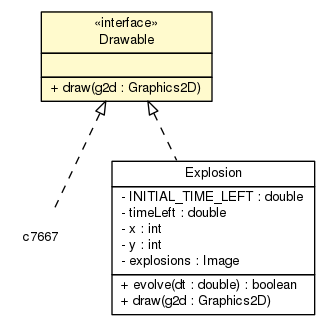
Earlier version of the Graphviz export doc/main/Drawable.png (sinopeus/asteroids). Its source is kept beside it as doc/main/Drawable.dot. The source it was exported from:
```dot

digraph G {
	edge [fontname="Helvetica",fontsize=10,labelfontname="Helvetica",labelfontsize=10];
	node [fontname="Helvetica",fontsize=10,shape=plaintext];
	nodesep=0.25;
	ranksep=0.5;
	c7668 [label=<<table title="main.Explosion" border="0" cellborder="1" cellspacing="0" cellpadding="2" port="p" href="./Explosion.html">
		<tr><td><table border="0" cellspacing="0" cellpadding="1">
<tr><td align="center" balign="center"> Explosion </td></tr>
		</table></td></tr>
		<tr><td><table border="0" cellspacing="0" cellpadding="1">
<tr><td align="left" balign="left"> - INITIAL_TIME_LEFT : double </td></tr>
<tr><td align="left" balign="left"> - timeLeft : double </td></tr>
<tr><td align="left" balign="left"> - x : int </td></tr>
<tr><td align="left" balign="left"> - y : int </td></tr>
<tr><td align="left" balign="left"> - explosions : Image </td></tr>
		</table></td></tr>
		<tr><td><table border="0" cellspacing="0" cellpadding="1">
<tr><td align="left" balign="left"> + evolve(dt : double) : boolean </td></tr>
<tr><td align="left" balign="left"> + draw(g2d : Graphics2D) </td></tr>
		</table></td></tr>
		</table>>, URL="./Explosion.html", fontname="Helvetica", fontcolor="black", fontsize=10.0];
	c7670 [label=<<table title="main.Drawable" border="0" cellborder="1" cellspacing="0" cellpadding="2" port="p" bgcolor="lemonChiffon" href="./Drawable.html">
		<tr><td><table border="0" cellspacing="0" cellpadding="1">
<tr><td align="center" balign="center"> &#171;interface&#187; </td></tr>
<tr><td align="center" balign="center"> Drawable </td></tr>
		</table></td></tr>
		<tr><td><table border="0" cellspacing="0" cellpadding="1">
<tr><td align="left" balign="left">  </td></tr>
		</table></td></tr>
		<tr><td><table border="0" cellspacing="0" cellpadding="1">
<tr><td align="left" balign="left"> + draw(g2d : Graphics2D) </td></tr>
		</table></td></tr>
		</table>>, URL="./Drawable.html", fontname="Helvetica", fontcolor="black", fontsize=10.0];
	c7670:p -> c7667:p [dir=back,arrowtail=empty,style=dashed];
	c7670:p -> c7668:p [dir=back,arrowtail=empty,style=dashed];
}
```
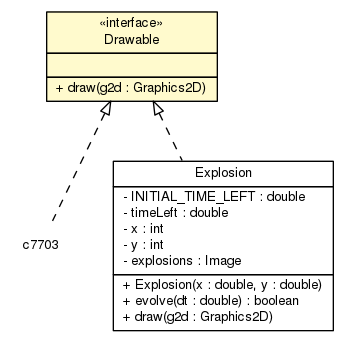
After the commit.

Diff of the diagram source:
```diff
@@ -4,7 +4,7 @@
 	node [fontname="Helvetica",fontsize=10,shape=plaintext];
 	nodesep=0.25;
 	ranksep=0.5;
-	c7668 [label=<<table title="main.Explosion" border="0" cellborder="1" cellspacing="0" cellpadding="2" port="p" href="./Explosion.html">
+	c7704 [label=<<table title="main.Explosion" border="0" cellborder="1" cellspacing="0" cellpadding="2" port="p" href="./Explosion.html">
 		<tr><td><table border="0" cellspacing="0" cellpadding="1">
 <tr><td align="center" balign="center"> Explosion </td></tr>
 		</table></td></tr>
@@ -16,11 +16,12 @@
 <tr><td align="left" balign="left"> - explosions : Image </td></tr>
 		</table></td></tr>
 		<tr><td><table border="0" cellspacing="0" cellpadding="1">
+<tr><td align="left" balign="left"> + Explosion(x : double, y : double) </td></tr>
 <tr><td align="left" balign="left"> + evolve(dt : double) : boolean </td></tr>
 <tr><td align="left" balign="left"> + draw(g2d : Graphics2D) </td></tr>
 		</table></td></tr>
 		</table>>, URL="./Explosion.html", fontname="Helvetica", fontcolor="black", fontsize=10.0];
-	c7670 [label=<<table title="main.Drawable" border="0" cellborder="1" cellspacing="0" cellpadding="2" port="p" bgcolor="lemonChiffon" href="./Drawable.html">
+	c7706 [label=<<table title="main.Drawable" border="0" cellborder="1" cellspacing="0" cellpadding="2" port="p" bgcolor="lemonChiffon" href="./Drawable.html">
 		<tr><td><table border="0" cellspacing="0" cellpadding="1">
 <tr><td align="center" balign="center"> &#171;interface&#187; </td></tr>
 <tr><td align="center" balign="center"> Drawable </td></tr>
@@ -32,6 +33,6 @@
 <tr><td align="left" balign="left"> + draw(g2d : Graphics2D) </td></tr>
 		</table></td></tr>
 		</table>>, URL="./Drawable.html", fontname="Helvetica", fontcolor="black", fontsize=10.0];
-	c7670:p -> c7667:p [dir=back,arrowtail=empty,style=dashed];
-	c7670:p -> c7668:p [dir=back,arrowtail=empty,style=dashed];
+	c7706:p -> c7703:p [dir=back,arrowtail=empty,style=dashed];
+	c7706:p -> c7704:p [dir=back,arrowtail=empty,style=dashed];
 }
```
